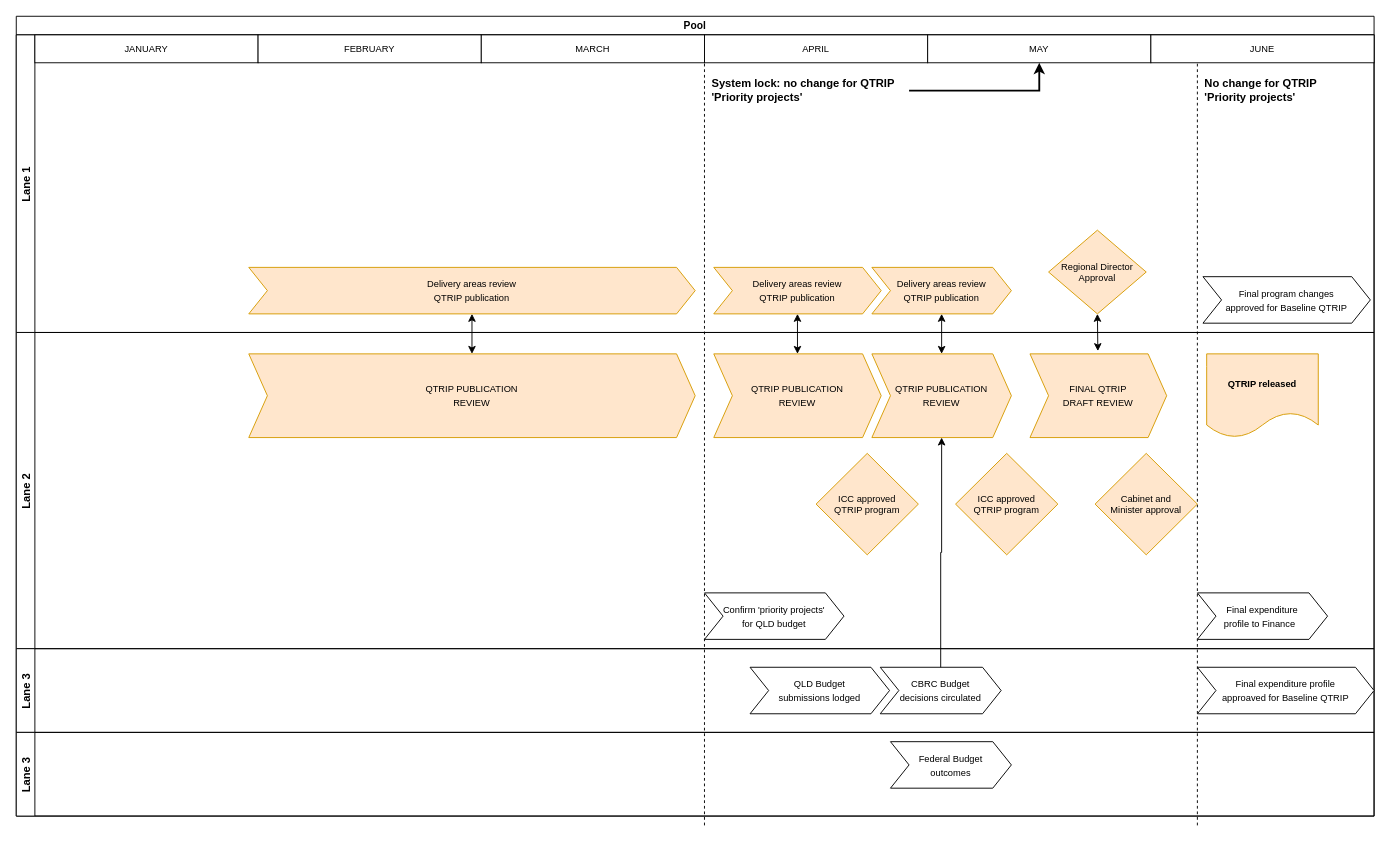
The draw.io diagram page "QTRIP" (1 of 3) of Untitled Diagram.drawio in tzforster/great-suppository-name, before the edit. Source tidied: cells renumbered, new cells numbered last; positions are measured from the earlier drawing's top-left corner, leaving out a move shared by most shapes. Both pictures are drawn from the tidied source at 93%, with x=0, y=0 at pixel (16, 16).
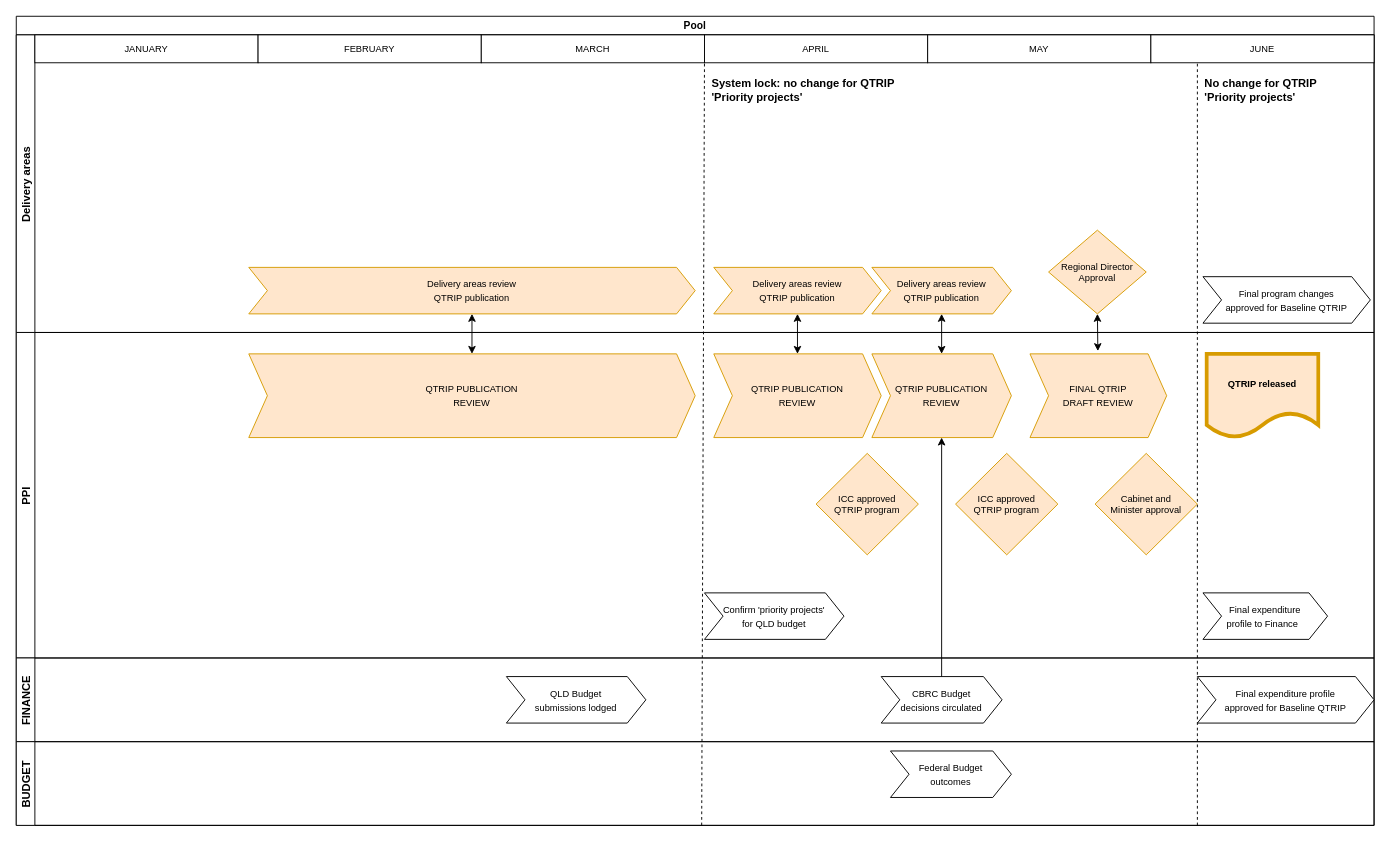
The same page after the edit.

Unchanged cells that the change refers to:
```xml
<mxCell id="8" value="APRIL" style="rounded=0;whiteSpace=wrap;html=1;fontSize=10;" parent="3" vertex="1">
  <mxGeometry x="740" width="240" height="30" as="geometry" />
</mxCell>
<mxCell id="9" value="MAY" style="rounded=0;whiteSpace=wrap;html=1;fontSize=10;" parent="3" vertex="1">
  <mxGeometry x="980" width="240" height="30" as="geometry" />
</mxCell>
<mxCell id="17" value="System lock: no change for QTRIP&lt;br style=&quot;font-size: 12px;&quot;&gt;'Priority projects'" style="text;html=1;strokeColor=none;fillColor=none;align=left;verticalAlign=middle;whiteSpace=wrap;rounded=0;fontSize=12;fontStyle=1;" parent="3" vertex="1">
  <mxGeometry x="746" y="40" width="214" height="40" as="geometry" />
</mxCell>
```

Change to the diagram source:
```diff
@@
     <mxCell id="2" value="Pool" style="swimlane;horizontal=1;startSize=20;fontSize=11;" parent="1" vertex="1">
-      <mxGeometry width="1460" height="860" as="geometry" />
+      <mxGeometry width="1460" height="870" as="geometry" />
     </mxCell>
-    <mxCell id="3" value="Lane 1" style="swimlane;startSize=20;horizontal=0;" parent="2" vertex="1">
+    <mxCell id="3" value="Delivery areas" style="swimlane;startSize=20;horizontal=0;" parent="2" vertex="1">
       <mxGeometry y="20" width="1460" height="320" as="geometry" />
     </mxCell>
@@
-    <mxCell id="16" style="edgeStyle=orthogonalEdgeStyle;rounded=0;jettySize=auto;html=1;strokeWidth=2;fontSize=11;endSize=6;" parent="3" edge="1" source="17" target="9">
-      <mxGeometry relative="1" as="geometry" />
-    </mxCell>
@@
-    <mxCell id="20" value="Lane 2" style="swimlane;startSize=20;horizontal=0;" parent="2" vertex="1">
-      <mxGeometry y="340" width="1460" height="340" as="geometry" />
+    <mxCell id="20" value="PPI" style="swimlane;startSize=20;horizontal=0;" parent="2" vertex="1">
+      <mxGeometry y="340" width="1460" height="350" as="geometry" />
     </mxCell>
     <mxCell id="21" value="&lt;span style=&quot;font-size: 10px;&quot;&gt;Final expenditure&lt;br&gt;profile to Finance&amp;nbsp;&amp;nbsp;&lt;/span&gt;" style="shape=step;perimeter=stepPerimeter;whiteSpace=wrap;html=1;fixedSize=1;" parent="20" vertex="1">
-      <mxGeometry x="1270" y="280" width="140" height="50" as="geometry" />
+      <mxGeometry x="1276" y="280" width="134" height="50" as="geometry" />
     </mxCell>
-    <mxCell id="22" value="QTRIP released" style="shape=document;whiteSpace=wrap;html=1;boundedLbl=1;fontSize=10;fillColor=#ffe6cc;strokeColor=#d79b00;fontStyle=1;" parent="20" vertex="1">
+    <mxCell id="22" value="QTRIP released" style="shape=document;whiteSpace=wrap;html=1;boundedLbl=1;fontSize=10;fillColor=#ffe6cc;strokeColor=#d79b00;fontStyle=1;strokeWidth=4;" parent="20" vertex="1">
       <mxGeometry x="1280" y="23" width="120" height="90" as="geometry" />
     </mxCell>
@@
-    <mxCell id="31" value="Lane 3" style="swimlane;startSize=20;horizontal=0;" parent="2" vertex="1">
-      <mxGeometry y="680" width="1460" height="90" as="geometry" />
+    <mxCell id="31" value="FINANCE" style="swimlane;startSize=20;horizontal=0;" parent="2" vertex="1">
+      <mxGeometry y="690" width="1460" height="90" as="geometry" />
     </mxCell>
-    <mxCell id="32" value="&lt;font style=&quot;font-size: 10px;&quot;&gt;Final expenditure profile&lt;br&gt;approaved for Baseline QTRIP&lt;/font&gt;" style="shape=step;perimeter=stepPerimeter;whiteSpace=wrap;html=1;fixedSize=1;" parent="31" vertex="1">
+    <mxCell id="32" value="&lt;font style=&quot;font-size: 10px;&quot;&gt;Final expenditure profile&lt;br&gt;approved for Baseline QTRIP&lt;/font&gt;" style="shape=step;perimeter=stepPerimeter;whiteSpace=wrap;html=1;fixedSize=1;" parent="31" vertex="1">
       <mxGeometry x="1270" y="20" width="190" height="50" as="geometry" />
     </mxCell>
     <mxCell id="33" value="&lt;span style=&quot;font-size: 10px;&quot;&gt;CBRC Budget&lt;br&gt;decisions circulated&lt;/span&gt;" style="shape=step;perimeter=stepPerimeter;whiteSpace=wrap;html=1;fixedSize=1;" parent="31" vertex="1">
-      <mxGeometry x="929" y="20" width="130" height="50" as="geometry" />
+      <mxGeometry x="930" y="20" width="130" height="50" as="geometry" />
     </mxCell>
     <mxCell id="34" value="&lt;span style=&quot;font-size: 10px;&quot;&gt;QLD Budget&lt;br&gt;submissions lodged&lt;/span&gt;" style="shape=step;perimeter=stepPerimeter;whiteSpace=wrap;html=1;fixedSize=1;" parent="31" vertex="1">
-      <mxGeometry x="789" y="20" width="150" height="50" as="geometry" />
+      <mxGeometry x="527" y="20" width="150" height="50" as="geometry" />
     </mxCell>
-    <mxCell id="35" value="Lane 3" style="swimlane;startSize=20;horizontal=0;" parent="2" vertex="1">
-      <mxGeometry y="770" width="1460" height="90" as="geometry" />
+    <mxCell id="35" value="BUDGET" style="swimlane;startSize=20;horizontal=0;" parent="2" vertex="1">
+      <mxGeometry y="780" width="1460" height="90" as="geometry" />
     </mxCell>
@@
     <mxCell id="41" style="endArrow=none;dashed=1;html=1;rounded=0;strokeWidth=1;fontSize=10;endSize=6;entryX=0;entryY=1;entryDx=0;entryDy=0;" parent="1" edge="1" target="8">
       <mxGeometry relative="1" as="geometry">
-        <mxPoint x="740" y="870" as="sourcePoint" />
+        <mxPoint x="737" y="870" as="sourcePoint" />
       </mxGeometry>
     </mxCell>
```
